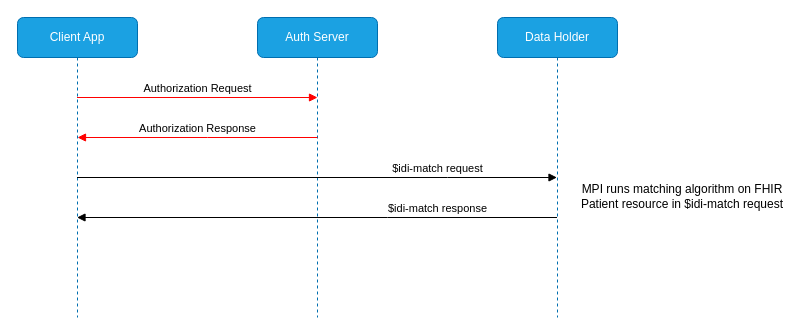
Before: page "b2b" (2 of 6) of input/images/Use Case Diagrams.drawio in HL7/fhir-identity-matching-ig, a draw.io diagram. Source tidied: cells renumbered, new cells numbered last; positions are measured from the earlier drawing's top-left corner, leaving out a move shared by most shapes. Both pictures are drawn from the tidied source at 100%, with x=0, y=0 at pixel (17, 17).
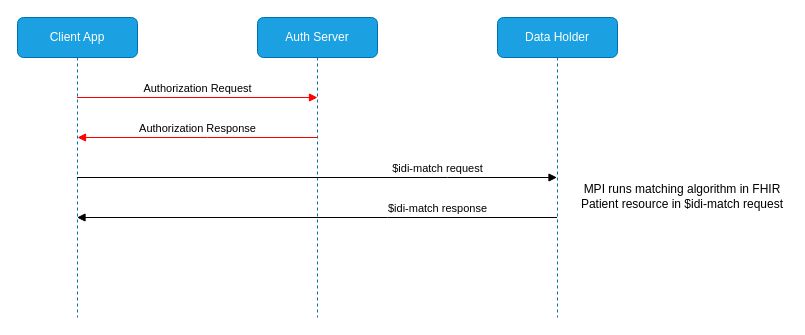
Above is the later version.

Commit message (it also covers changes not shown here):
Added Patient-Directed B2C Using Digital Identity use case diagram

Change to the diagram source:
```diff
@@
 <mxGraphModel>
   <root>
     <mxCell id="0" />
     <mxCell id="1" parent="0" />
     <mxCell id="2" value="Client App" style="shape=umlLifeline;perimeter=lifelinePerimeter;whiteSpace=wrap;html=1;outlineConnect=0;portConstraint=eastwest;newEdgeStyle={&quot;edgeStyle&quot;:&quot;elbowEdgeStyle&quot;,&quot;elbow&quot;:&quot;vertical&quot;,&quot;curved&quot;:0,&quot;rounded&quot;:0};fillColor=#1ba1e2;strokeColor=#006EAF;fontColor=#ffffff;rounded=1;" parent="1" vertex="1">
       <mxGeometry width="120" height="300" as="geometry" />
     </mxCell>
     <mxCell id="3" value="Auth Server" style="shape=umlLifeline;perimeter=lifelinePerimeter;whiteSpace=wrap;html=1;outlineConnect=0;portConstraint=eastwest;newEdgeStyle={&quot;edgeStyle&quot;:&quot;elbowEdgeStyle&quot;,&quot;elbow&quot;:&quot;vertical&quot;,&quot;curved&quot;:0,&quot;rounded&quot;:0};fillColor=#1ba1e2;fontColor=#ffffff;strokeColor=#006EAF;rounded=1;" parent="1" vertex="1">
       <mxGeometry x="240" width="120" height="300" as="geometry" />
     </mxCell>
     <mxCell id="4" value="Authorization Request" style="html=1;verticalAlign=bottom;endArrow=block;edgeStyle=elbowEdgeStyle;elbow=vertical;curved=0;rounded=0;strokeColor=light-dark(#ff0000, #ededed);entryX=0.5;entryY=0.267;entryDx=0;entryDy=0;entryPerimeter=0;" parent="1" edge="1" source="2" target="3">
       <mxGeometry relative="1" as="geometry">
         <Array as="points">
           <mxPoint x="260" y="80" />
         </Array>
       </mxGeometry>
     </mxCell>
     <mxCell id="5" value="Data Holder" style="shape=umlLifeline;perimeter=lifelinePerimeter;whiteSpace=wrap;html=1;outlineConnect=0;portConstraint=eastwest;newEdgeStyle={&quot;edgeStyle&quot;:&quot;elbowEdgeStyle&quot;,&quot;elbow&quot;:&quot;vertical&quot;,&quot;curved&quot;:0,&quot;rounded&quot;:0};fillColor=#1ba1e2;fontColor=#ffffff;strokeColor=#006EAF;rounded=1;" parent="1" vertex="1">
       <mxGeometry x="480" width="120" height="300" as="geometry" />
     </mxCell>
     <mxCell id="6" value="Authorization Response" style="html=1;verticalAlign=bottom;endArrow=block;edgeStyle=elbowEdgeStyle;elbow=vertical;curved=0;rounded=0;fillColor=#e51400;strokeColor=light-dark(#ff0000, #ffacac);" parent="1" edge="1">
       <mxGeometry relative="1" as="geometry">
         <mxPoint x="300" y="120" as="sourcePoint" />
         <mxPoint x="60" y="120" as="targetPoint" />
         <Array as="points">
           <mxPoint x="190" y="120" />
           <mxPoint x="378" y="140" />
         </Array>
       </mxGeometry>
     </mxCell>
     <mxCell id="7" value="$idi-match request" style="html=1;verticalAlign=bottom;endArrow=block;edgeStyle=elbowEdgeStyle;elbow=vertical;curved=0;rounded=0;strokeColor=light-dark(#000000,#EDEDED);" parent="1" edge="1" source="2" target="5">
       <mxGeometry x="0.5" relative="1" as="geometry">
         <Array as="points">
           <mxPoint x="430" y="160" />
           <mxPoint x="285" y="240" />
         </Array>
       </mxGeometry>
     </mxCell>
     <mxCell id="8" value="$idi-match response" style="html=1;verticalAlign=bottom;endArrow=block;edgeStyle=elbowEdgeStyle;elbow=horizontal;curved=0;rounded=0;fillColor=#e51400;strokeColor=light-dark(#000000,#FFACAC);" parent="1" edge="1" source="5" target="2">
       <mxGeometry x="-0.5" relative="1" as="geometry">
         <Array as="points">
           <mxPoint x="370" y="200" />
           <mxPoint x="548" y="300" />
         </Array>
       </mxGeometry>
     </mxCell>
-    <mxCell id="9" value="MPI runs matching algorithm on FHIR Patient resource in $idi-match request" style="text;html=1;align=center;verticalAlign=middle;whiteSpace=wrap;rounded=0;" parent="1" vertex="1">
+    <mxCell id="9" value="MPI runs matching algorithm in FHIR Patient resource in $idi-match request" style="text;html=1;align=center;verticalAlign=middle;whiteSpace=wrap;rounded=0;" parent="1" vertex="1">
       <mxGeometry x="560" y="129" width="210" height="100" as="geometry" />
     </mxCell>
   </root>
 </mxGraphModel>
```
